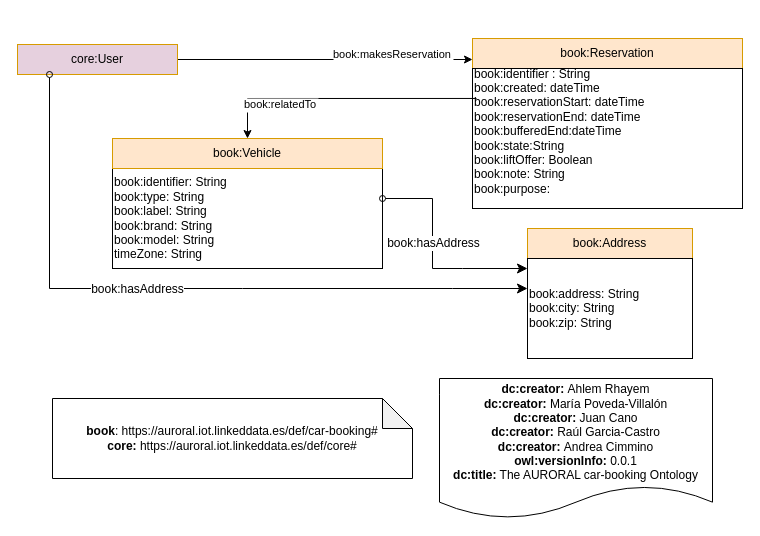
Above: diagrams/reservation.drawio in oeg-upm/auroral-Car-booking-ontology (draw.io), before the change. Source tidied: cells renumbered, new cells numbered last; positions are measured from the earlier drawing's top-left corner, leaving out a move shared by most shapes. Both pictures are drawn from the tidied source at 100%, with x=0, y=0 at pixel (17, 38).
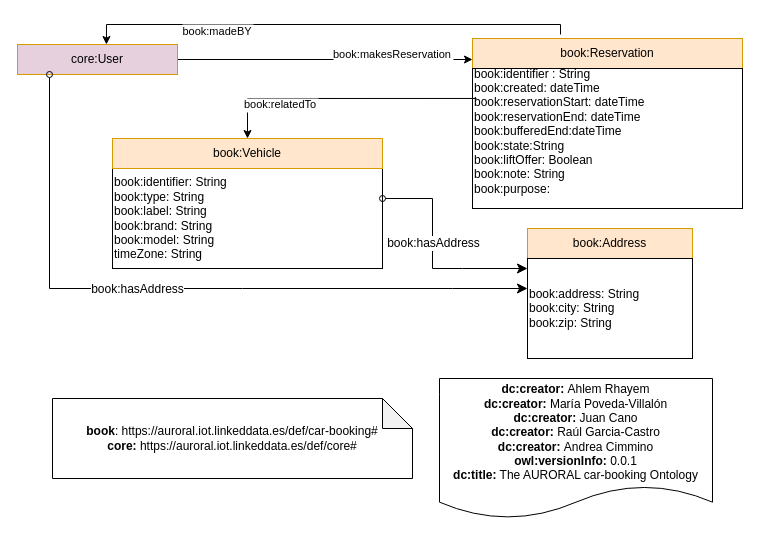
After the change.

The change refers to these unchanged cells:
```xml
<mxCell id="6" value="book:Reservation" style="rounded=0;whiteSpace=wrap;html=1;snapToPoint=1;points=[[0.1,0],[0.2,0],[0.3,0],[0.4,0],[0.5,0],[0.6,0],[0.7,0],[0.8,0],[0.9,0],[0,0.1],[0,0.3],[0,0.5],[0,0.7],[0,0.9],[0.1,1],[0.2,1],[0.3,1],[0.4,1],[0.5,1],[0.6,1],[0.7,1],[0.8,1],[0.9,1],[1,0.1],[1,0.3],[1,0.5],[1,0.7],[1,0.9]];fillColor=#ffe6cc;strokeColor=#d79b00;shadow=0;" parent="1" vertex="1">
  <mxGeometry x="455" width="270" height="30" as="geometry" />
</mxCell>
<mxCell id="9" value="core:User" style="rounded=0;whiteSpace=wrap;html=1;snapToPoint=1;points=[[0.1,0],[0.2,0],[0.3,0],[0.4,0],[0.5,0],[0.6,0],[0.7,0],[0.8,0],[0.9,0],[0,0.1],[0,0.3],[0,0.5],[0,0.7],[0,0.9],[0.1,1],[0.2,1],[0.3,1],[0.4,1],[0.5,1],[0.6,1],[0.7,1],[0.8,1],[0.9,1],[1,0.1],[1,0.3],[1,0.5],[1,0.7],[1,0.9]];fillColor=#E6D0DE;strokeColor=#d79b00;shadow=0;" parent="1" vertex="1">
  <mxGeometry y="6" width="160" height="30" as="geometry" />
</mxCell>
```

Change to the diagram source:
```diff
@@
+    <mxCell id="17" value="book:madeBY" style="edgeStyle=orthogonalEdgeStyle;rounded=0;jettySize=auto;endArrow=classic;endFill=1;entryX=0.556;entryY=0;entryDx=0;entryDy=0;exitX=0.326;exitY=-0.133;exitDx=0;exitDy=0;exitPerimeter=0;entryPerimeter=0;" parent="1" edge="1" source="6" target="9">
+      <mxGeometry x="0.46" y="6" relative="1" as="geometry">
+        <Array as="points">
+          <mxPoint x="543" y="-14" />
+          <mxPoint x="89" y="-14" />
+        </Array>
+      </mxGeometry>
+    </mxCell>
```
